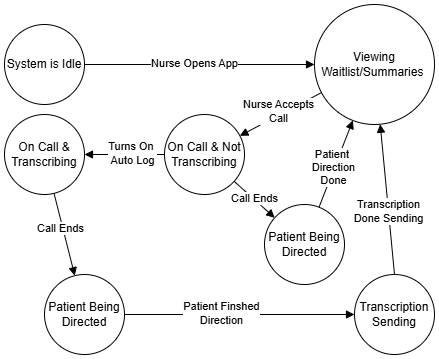
This is AmirWork/M3/HotlineNurseStateDiagram.drawio.png from SENG-350-2024-fall/Team9, a draw.io export, as it was before one commit. Source tidied: cells renumbered, new cells last; positions are measured from the earlier drawing's top-left corner, leaving out a move shared by most shapes.
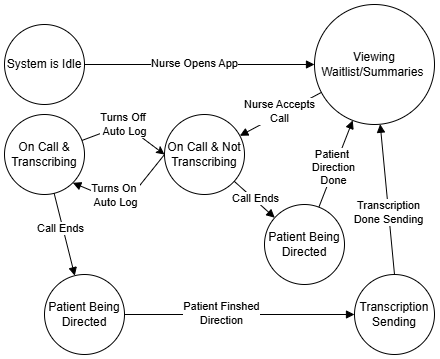
After the change.

Change to the diagram source:
```diff
@@ -27,15 +27,26 @@
         <mxPoint x="-2" y="-5" as="offset" />
       </mxGeometry>
     </mxCell>
+    <mxCell id="24" style="rounded=0;jettySize=auto;html=1;entryX=0;entryY=0.5;entryDx=0;entryDy=0;" parent="1" edge="1" source="9" target="6">
+      <mxGeometry relative="1" as="geometry">
+        <Array as="points">
+          <mxPoint x="120" y="120" />
+        </Array>
+      </mxGeometry>
+    </mxCell>
     <mxCell id="9" value="On Call &amp;amp; Transcribing" style="ellipse;whiteSpace=wrap;html=1;" parent="1" vertex="1">
       <mxGeometry y="110" width="80" height="80" as="geometry" />
     </mxCell>
-    <mxCell id="10" style="html=1;verticalAlign=bottom;endArrow=block;rounded=0;exitX=0;exitY=0.5;exitDx=0;exitDy=0;" parent="1" edge="1" source="6" target="9">
-      <mxGeometry relative="1" as="geometry" />
+    <mxCell id="10" style="html=1;verticalAlign=bottom;endArrow=block;rounded=0;exitX=0;exitY=0.5;exitDx=0;exitDy=0;entryX=1;entryY=1;entryDx=0;entryDy=0;elbow=vertical;" parent="1" edge="1" source="6" target="9">
+      <mxGeometry relative="1" as="geometry">
+        <Array as="points">
+          <mxPoint x="120" y="200" />
+        </Array>
+      </mxGeometry>
     </mxCell>
     <mxCell id="11" value="Turns On&amp;nbsp;&lt;div&gt;Auto Log&lt;/div&gt;" style="edgeLabel;html=1;align=center;verticalAlign=middle;" parent="10" vertex="1">
       <mxGeometry x="0.17" y="-1" relative="1" as="geometry">
-        <mxPoint x="14" as="offset" />
+        <mxPoint x="-4" y="-6" as="offset" />
       </mxGeometry>
     </mxCell>
     <mxCell id="12" value="Transcription Sending" style="ellipse;whiteSpace=wrap;html=1;" parent="1" vertex="1">
@@ -76,5 +87,8 @@
     <mxCell id="23" value="Patient Finshed&lt;div&gt;Direction&lt;/div&gt;" style="edgeLabel;html=1;align=center;verticalAlign=middle;" parent="22" vertex="1">
       <mxGeometry x="-0.16" y="1" relative="1" as="geometry" />
     </mxCell>
+    <mxCell id="25" value="Turns Off&amp;nbsp;&lt;div&gt;Auto Log&lt;/div&gt;" style="edgeLabel;html=1;align=center;verticalAlign=middle;" parent="1" vertex="1">
+      <mxGeometry x="120" y="120" as="geometry" />
+    </mxCell>
   </root>
 </mxGraphModel>
```
